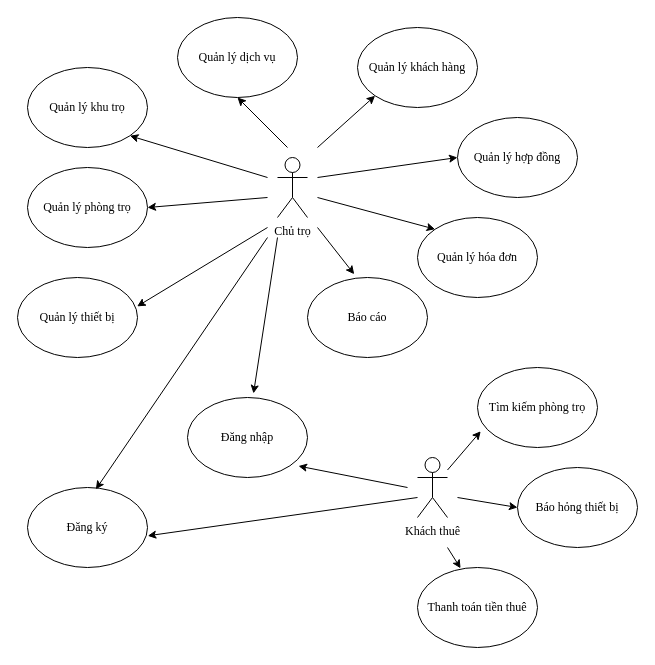
This is docs/use case/summary.drawio from ptnhan109/motel-management, a draw.io file, before an edit. Source tidied: cells renumbered, new cells numbered last; positions are measured from the earlier drawing's top-left corner, leaving out a move shared by most shapes. Both pictures are drawn from the tidied source at 100%, with x=0, y=0 at pixel (17, 17).
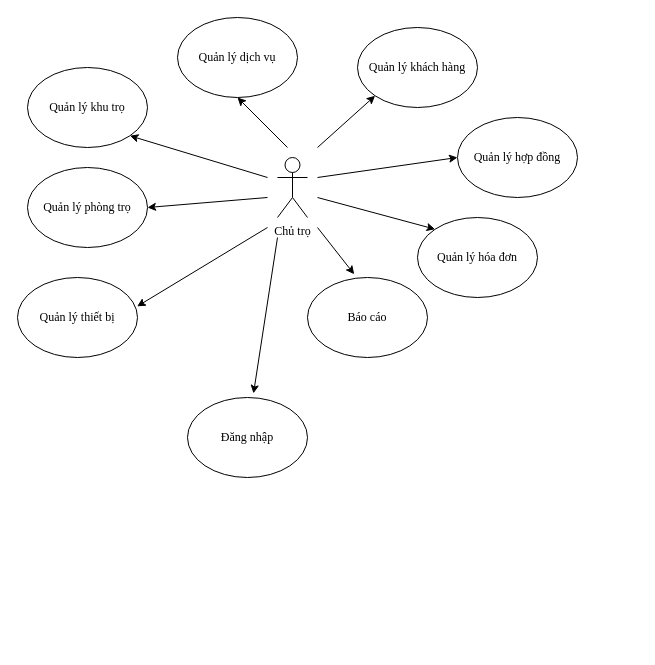
The same diagram, later.

Unchanged cells that the change refers to:
```xml
<mxCell id="16" value="Đăng nhập" style="ellipse;whiteSpace=wrap;html=1;fontFamily=Times New Roman;" parent="1" vertex="1">
  <mxGeometry x="170" y="380" width="120" height="80" as="geometry" />
</mxCell>
```

Diff of the diagram source:
```diff
@@
-    <mxCell id="2" value="Khách thuê" style="shape=umlActor;verticalLabelPosition=bottom;verticalAlign=top;html=1;outlineConnect=0;fontFamily=Times New Roman;" parent="1" vertex="1">
-      <mxGeometry x="400" y="440" width="30" height="60" as="geometry" />
-    </mxCell>
@@
-    <mxCell id="12" value="Tìm kiếm phòng trọ" style="ellipse;whiteSpace=wrap;html=1;fontFamily=Times New Roman;" parent="1" vertex="1">
-      <mxGeometry x="460" y="350" width="120" height="80" as="geometry" />
-    </mxCell>
-    <mxCell id="13" value="Báo hỏng thiết bị" style="ellipse;whiteSpace=wrap;html=1;fontFamily=Times New Roman;" parent="1" vertex="1">
-      <mxGeometry x="500" y="450" width="120" height="80" as="geometry" />
-    </mxCell>
-    <mxCell id="14" value="Thanh toán tiền thuê" style="ellipse;whiteSpace=wrap;html=1;fontFamily=Times New Roman;" parent="1" vertex="1">
-      <mxGeometry x="400" y="550" width="120" height="80" as="geometry" />
-    </mxCell>
-    <mxCell id="15" value="Đăng ký" style="ellipse;whiteSpace=wrap;html=1;fontFamily=Times New Roman;" parent="1" vertex="1">
-      <mxGeometry x="10" y="470" width="120" height="80" as="geometry" />
-    </mxCell>
@@
-    <mxCell id="26" style="endArrow=classic;html=1;rounded=0;entryX=0.925;entryY=0.857;entryDx=0;entryDy=0;entryPerimeter=0;" parent="1" edge="1" target="16">
-      <mxGeometry relative="1" as="geometry">
-        <mxPoint x="390" y="470" as="sourcePoint" />
-      </mxGeometry>
-    </mxCell>
-    <mxCell id="27" style="endArrow=classic;html=1;rounded=0;entryX=0.57;entryY=0.022;entryDx=0;entryDy=0;entryPerimeter=0;" parent="1" edge="1" target="15">
-      <mxGeometry relative="1" as="geometry">
-        <mxPoint x="250" y="220" as="sourcePoint" />
-      </mxGeometry>
-    </mxCell>
-    <mxCell id="28" style="endArrow=classic;html=1;rounded=0;entryX=1.002;entryY=0.604;entryDx=0;entryDy=0;entryPerimeter=0;" parent="1" edge="1" target="15">
-      <mxGeometry relative="1" as="geometry">
-        <mxPoint x="400" y="480" as="sourcePoint" />
-      </mxGeometry>
-    </mxCell>
-    <mxCell id="29" style="endArrow=classic;html=1;rounded=0;entryX=0.359;entryY=0.01;entryDx=0;entryDy=0;entryPerimeter=0;" parent="1" edge="1" target="14">
-      <mxGeometry relative="1" as="geometry">
-        <mxPoint x="430" y="530" as="sourcePoint" />
-      </mxGeometry>
-    </mxCell>
-    <mxCell id="30" style="endArrow=classic;html=1;rounded=0;entryX=0;entryY=0.5;entryDx=0;entryDy=0;" parent="1" edge="1" target="13">
-      <mxGeometry relative="1" as="geometry">
-        <mxPoint x="440" y="480" as="sourcePoint" />
-      </mxGeometry>
-    </mxCell>
-    <mxCell id="31" style="endArrow=classic;html=1;rounded=0;entryX=0.027;entryY=0.797;entryDx=0;entryDy=0;entryPerimeter=0;" parent="1" edge="1" source="2" target="12">
-      <mxGeometry relative="1" as="geometry" />
-    </mxCell>
```
